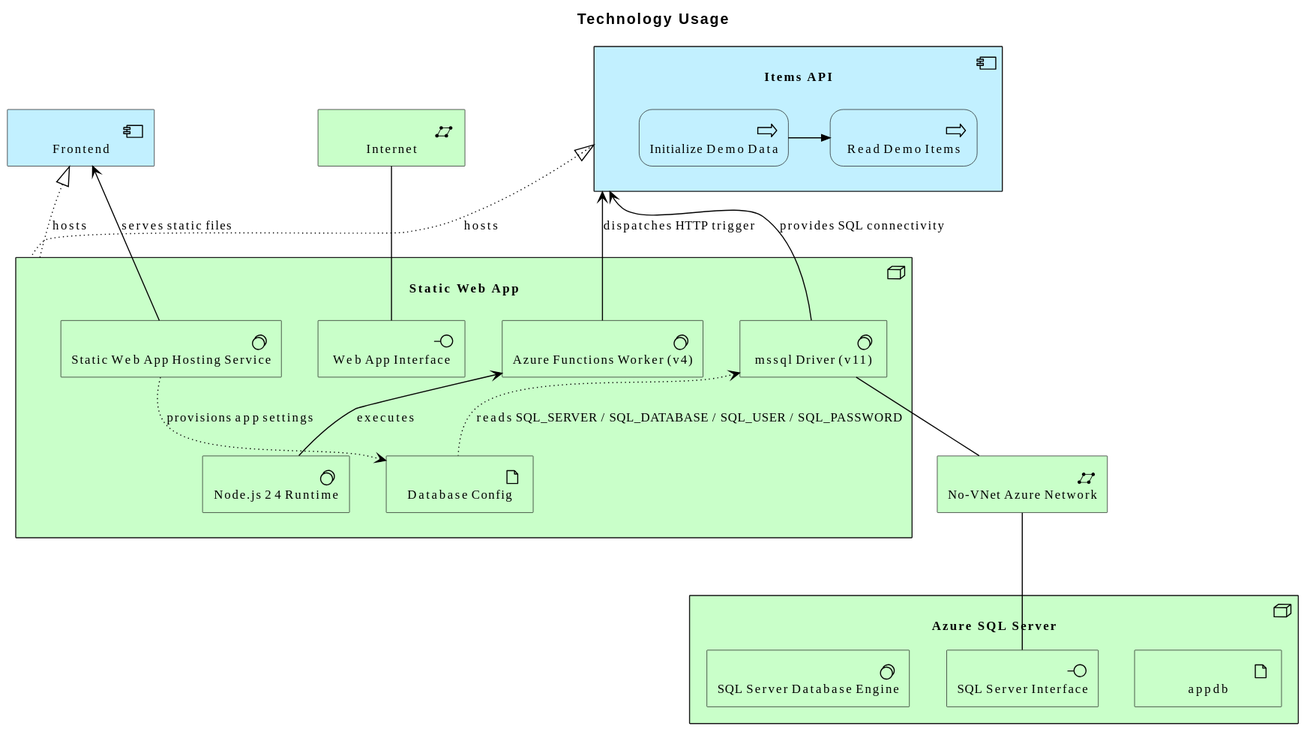
Before: diagrams/technology/usage.svg, a diagram exported from PlantUML (wolffy-au/frictionless-sample-azure). Source of this version:
```plantuml
@startuml
!include <archimate/Archimate>

scale max 3800 width
title Technology Usage

Technology_Node(e_id3db5d26be8ff56, "Static Web App") {
  Technology_Artifact(e_id1ee4629338065d, "Database Config")
  Technology_Interface(e_id33cc192ee35e5b, "Web App Interface")
  Technology_SystemSoftware(e_id3b81282895f35e, "Static Web App Hosting Service")
  Technology_SystemSoftware(e_id0d25a940b29254, "Node.js 24 Runtime")
  Technology_SystemSoftware(e_id5855479862f653, "Azure Functions Worker (v4)")
  Technology_SystemSoftware(e_id4c5fc1cbb2f459, "mssql Driver (v11)")
}
Technology_Node(e_idd447595fb73a5f, "Azure SQL Server") {
  Technology_Artifact(e_idf0ecd6fb3b8b5b, "appdb")
  Technology_Interface(e_id76a7034dd9ab53, "SQL Server Interface")
  Technology_SystemSoftware(e_id30920e0c9a155d, "SQL Server Database Engine")
}
Technology_CommunicationNetwork(e_id5deb57760c7b5f, "No-VNet Azure Network")
Technology_CommunicationNetwork(e_id454e7b903b8357, "Internet")
Application_Component(e_idb9118a54ded651, "Items API") {
  Application_Process(e_id9e4601a2031c58, "Initialize Demo Data")
  Application_Process(e_idf9a91550500455, "Read Demo Items")
}
Application_Component(e_id859316e8097157, "Frontend")

Rel_Serving_Up(e_id3b81282895f35e, e_id859316e8097157, "serves static files")
Rel_Realization_Up(e_id3db5d26be8ff56, e_id859316e8097157, "hosts")
Rel_Realization_Up(e_id3db5d26be8ff56, e_idb9118a54ded651, "hosts")
Rel_Triggering_Right(e_id9e4601a2031c58, e_idf9a91550500455, "")
Rel_Association(e_id454e7b903b8357, e_id33cc192ee35e5b, "")
Rel_Association(e_id5deb57760c7b5f, e_id76a7034dd9ab53, "")
Rel_Access_w(e_id3b81282895f35e, e_id1ee4629338065d, "provisions app settings")
Rel_Serving_Up(e_id0d25a940b29254, e_id5855479862f653, "executes")
Rel_Serving_Up(e_id5855479862f653, e_idb9118a54ded651, "dispatches HTTP trigger")
Rel_Serving_Up(e_id4c5fc1cbb2f459, e_idb9118a54ded651, "provides SQL connectivity")
Rel_Association(e_id4c5fc1cbb2f459, e_id5deb57760c7b5f, "")
Rel_Access_r(e_id4c5fc1cbb2f459, e_id1ee4629338065d, "reads SQL_SERVER / SQL_DATABASE / SQL_USER / SQL_PASSWORD")
@enduml
```
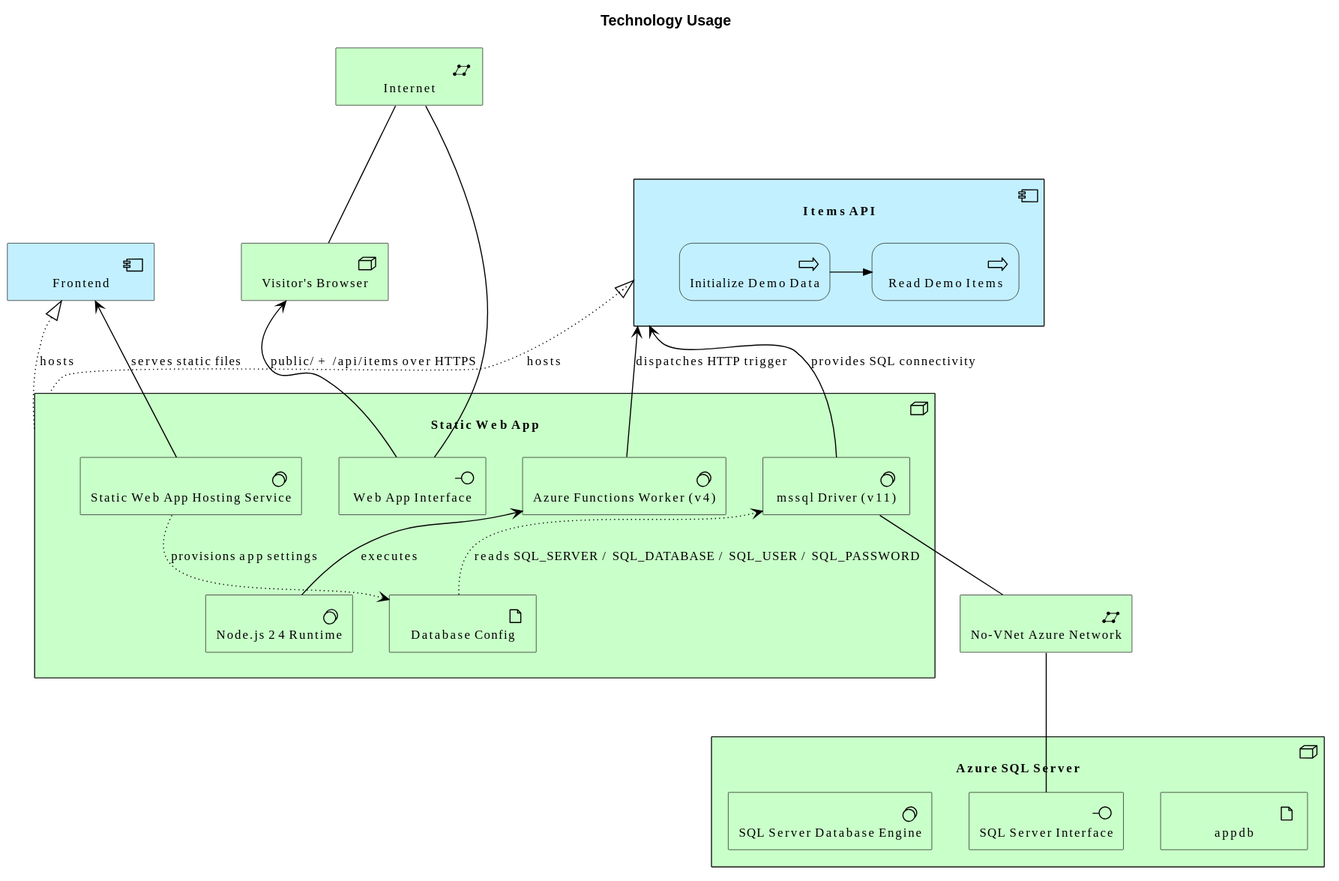
The same diagram one commit later.

Commit message:
feat(architecture): add Visitor's Browser node to sample-azure

The edit, as a diff of the source:
```diff
@@ -17,6 +17,7 @@
   Technology_Interface(e_id76a7034dd9ab53, "SQL Server Interface")
   Technology_SystemSoftware(e_id30920e0c9a155d, "SQL Server Database Engine")
 }
+Technology_Node(e_id9f19149e10f45e, "Visitor's Browser")
 Technology_CommunicationNetwork(e_id5deb57760c7b5f, "No-VNet Azure Network")
 Technology_CommunicationNetwork(e_id454e7b903b8357, "Internet")
 Application_Component(e_idb9118a54ded651, "Items API") {
@@ -31,6 +32,8 @@
 Rel_Triggering_Right(e_id9e4601a2031c58, e_idf9a91550500455, "")
 Rel_Association(e_id454e7b903b8357, e_id33cc192ee35e5b, "")
 Rel_Association(e_id5deb57760c7b5f, e_id76a7034dd9ab53, "")
+Rel_Association(e_id454e7b903b8357, e_id9f19149e10f45e, "")
+Rel_Serving_Up(e_id33cc192ee35e5b, e_id9f19149e10f45e, "public/ + /api/items over HTTPS")
 Rel_Access_w(e_id3b81282895f35e, e_id1ee4629338065d, "provisions app settings")
 Rel_Serving_Up(e_id0d25a940b29254, e_id5855479862f653, "executes")
 Rel_Serving_Up(e_id5855479862f653, e_idb9118a54ded651, "dispatches HTTP trigger")
```
